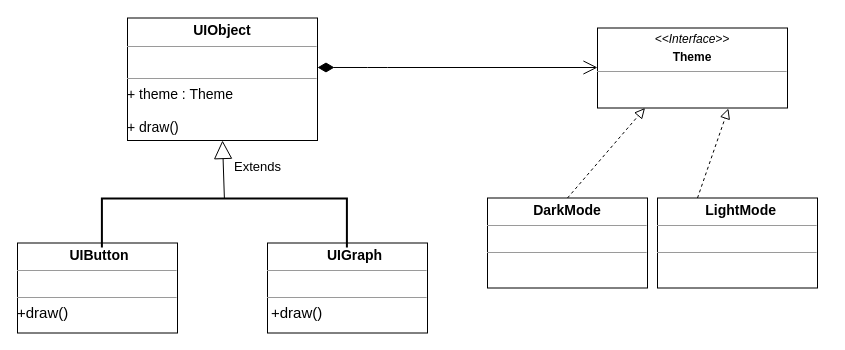
Before: structural/bridge/bridge.drawio in MaksShadows/Patterns, a draw.io diagram. Source tidied: cells renumbered, new cells numbered last; positions are measured from the earlier drawing's top-left corner, leaving out a move shared by most shapes. Both pictures are drawn from the tidied source at 100%, with x=0, y=0 at pixel (17, 18).
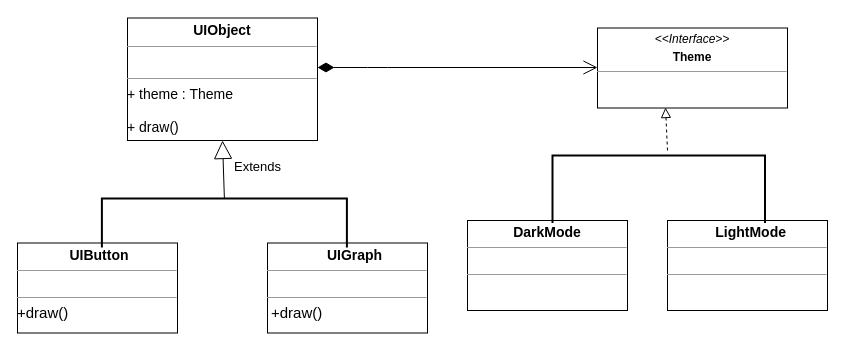
The same page after the edit.

The edit, as a diff of the source:
```diff
@@
 <mxGraphModel>
   <root>
     <mxCell id="0" />
     <mxCell id="1" parent="0" />
     <mxCell id="2" value="&lt;p style=&quot;margin: 0px ; margin-top: 4px ; text-align: center&quot;&gt;&lt;i&gt;&amp;lt;&amp;lt;Interface&amp;gt;&amp;gt;&lt;/i&gt;&lt;br&gt;&lt;/p&gt;&lt;p style=&quot;margin: 0px ; margin-top: 4px ; text-align: center&quot;&gt;&lt;b&gt;Theme&lt;/b&gt;&lt;br&gt;&lt;/p&gt;&lt;hr size=&quot;1&quot;&gt;&lt;p style=&quot;text-align: justify ; margin: 0px 0px 0px 4px&quot;&gt;&lt;font style=&quot;font-size: 14px&quot;&gt;&amp;nbsp;&amp;nbsp;&lt;/font&gt;&lt;/p&gt;" style="verticalAlign=top;align=left;overflow=fill;fontSize=12;fontFamily=Helvetica;html=1;" parent="1" vertex="1">
       <mxGeometry x="580" y="9.5" width="190" height="80" as="geometry" />
     </mxCell>
     <mxCell id="3" value="&lt;p style=&quot;margin: 0px ; margin-top: 4px ; text-align: center&quot;&gt;&lt;span style=&quot;font-size: 14px&quot;&gt;&lt;b&gt;DarkMode&lt;/b&gt;&lt;/span&gt;&lt;br&gt;&lt;/p&gt;&lt;hr size=&quot;1&quot;&gt;&lt;p style=&quot;margin: 0px ; margin-left: 4px&quot;&gt;&lt;br&gt;&lt;/p&gt;&lt;hr size=&quot;1&quot;&gt;&lt;p style=&quot;margin: 0px 0px 0px 4px ; font-size: 14px&quot;&gt;&lt;/p&gt;" style="verticalAlign=top;align=left;overflow=fill;fontSize=12;fontFamily=Helvetica;html=1;" parent="1" vertex="1">
-      <mxGeometry x="470" y="179.5" width="160" height="90" as="geometry" />
+      <mxGeometry x="450" y="202" width="160" height="90" as="geometry" />
     </mxCell>
     <mxCell id="4" value="&lt;p style=&quot;margin: 0px ; margin-top: 4px ; text-align: center&quot;&gt;&lt;b&gt;&amp;nbsp;&lt;/b&gt;&lt;b style=&quot;font-size: 14px&quot;&gt;&amp;nbsp;LightMode&lt;/b&gt;&lt;/p&gt;&lt;hr size=&quot;1&quot;&gt;&lt;p style=&quot;margin: 0px ; margin-left: 4px&quot;&gt;&lt;br&gt;&lt;/p&gt;&lt;hr size=&quot;1&quot;&gt;&lt;p style=&quot;margin: 0px ; margin-left: 4px&quot;&gt;&lt;br&gt;&lt;/p&gt;" style="verticalAlign=top;align=left;overflow=fill;fontSize=12;fontFamily=Helvetica;html=1;" parent="1" vertex="1">
-      <mxGeometry x="640" y="179.5" width="160" height="90" as="geometry" />
+      <mxGeometry x="650" y="202" width="160" height="90" as="geometry" />
     </mxCell>
     <mxCell id="5" value="&lt;p style=&quot;margin: 0px ; margin-top: 4px ; text-align: center&quot;&gt;&lt;span style=&quot;font-size: 14px&quot;&gt;&lt;b&gt;&amp;nbsp; UIButton&amp;nbsp;&lt;/b&gt;&lt;/span&gt;&lt;br&gt;&lt;/p&gt;&lt;hr size=&quot;1&quot;&gt;&lt;p style=&quot;margin: 0px ; margin-left: 4px&quot;&gt;&lt;br&gt;&lt;/p&gt;&lt;hr size=&quot;1&quot;&gt;&lt;font style=&quot;font-size: 15px&quot;&gt;+draw()&lt;/font&gt;&lt;br&gt;&lt;p style=&quot;margin: 0px 0px 0px 4px ; font-size: 14px&quot;&gt;&lt;/p&gt;" style="verticalAlign=top;align=left;overflow=fill;fontSize=12;fontFamily=Helvetica;html=1;" parent="1" vertex="1">
       <mxGeometry y="224.5" width="160" height="90" as="geometry" />
     </mxCell>
     <mxCell id="6" value="&lt;p style=&quot;margin: 0px ; margin-top: 4px ; text-align: center&quot;&gt;&lt;b&gt;&amp;nbsp;&lt;/b&gt;&lt;b style=&quot;font-size: 14px&quot;&gt;&amp;nbsp;&lt;/b&gt;&lt;b style=&quot;font-size: 14px&quot;&gt;&amp;nbsp; UIGraph&lt;/b&gt;&lt;/p&gt;&lt;hr size=&quot;1&quot;&gt;&lt;p style=&quot;margin: 0px ; margin-left: 4px&quot;&gt;&lt;br&gt;&lt;/p&gt;&lt;hr size=&quot;1&quot;&gt;&lt;p style=&quot;margin: 0px ; margin-left: 4px&quot;&gt;&lt;span style=&quot;font-size: 15px&quot;&gt;+draw()&lt;/span&gt;&lt;br&gt;&lt;/p&gt;" style="verticalAlign=top;align=left;overflow=fill;fontSize=12;fontFamily=Helvetica;html=1;" parent="1" vertex="1">
       <mxGeometry x="250" y="224.5" width="160" height="90" as="geometry" />
     </mxCell>
     <mxCell id="7" style="strokeWidth=2;html=1;shape=mxgraph.flowchart.annotation_1;align=left;rotation=90;" parent="1" vertex="1">
       <mxGeometry x="182.5" y="82" width="48.8" height="245" as="geometry" />
     </mxCell>
     <mxCell id="8" value="&lt;font style=&quot;font-size: 13px&quot;&gt;Extends&lt;/font&gt;" style="endArrow=block;endSize=16;endFill=0;html=1;exitX=0;exitY=0.5;exitDx=0;exitDy=0;exitPerimeter=0;entryX=0.5;entryY=1;entryDx=0;entryDy=0;" parent="1" edge="1" source="7" target="9">
       <mxGeometry x="0.06" y="-34" relative="1" as="geometry" />
     </mxCell>
     <mxCell id="9" value="&lt;p style=&quot;margin: 4px 0px 0px ; text-align: center ; font-size: 14px&quot;&gt;&lt;font style=&quot;font-size: 14px&quot;&gt;&lt;b&gt;UIObject&lt;/b&gt;&lt;br&gt;&lt;/font&gt;&lt;/p&gt;&lt;hr size=&quot;1&quot; style=&quot;font-size: 14px&quot;&gt;&lt;p style=&quot;margin: 0px 0px 0px 4px ; font-size: 14px&quot;&gt;&lt;/p&gt;&lt;font style=&quot;font-size: 14px&quot;&gt;&lt;br&gt;&lt;/font&gt;&lt;hr size=&quot;1&quot; style=&quot;font-size: 14px&quot;&gt;&lt;font style=&quot;font-size: 14px&quot;&gt;+ theme : Theme&lt;br&gt;&lt;br&gt;+ draw()&lt;/font&gt;&lt;br&gt;&lt;p style=&quot;margin: 0px 0px 0px 4px ; font-size: 14px&quot;&gt;&lt;/p&gt;" style="verticalAlign=top;align=left;overflow=fill;fontSize=12;fontFamily=Helvetica;html=1;" parent="1" vertex="1">
       <mxGeometry x="110" y="-0.5" width="190" height="122.5" as="geometry" />
     </mxCell>
-    <mxCell id="10" style="endArrow=block;startArrow=none;endFill=0;startFill=0;endSize=8;html=1;verticalAlign=bottom;dashed=1;labelBackgroundColor=none;exitX=0.5;exitY=0;exitDx=0;exitDy=0;entryX=0.25;entryY=1;entryDx=0;entryDy=0;" parent="1" edge="1" source="3" target="2">
-      <mxGeometry relative="1" as="geometry" />
-    </mxCell>
-    <mxCell id="11" style="endArrow=block;startArrow=none;endFill=0;startFill=0;endSize=8;html=1;verticalAlign=bottom;dashed=1;labelBackgroundColor=none;exitX=0.25;exitY=0;exitDx=0;exitDy=0;entryX=0.689;entryY=1.006;entryDx=0;entryDy=0;entryPerimeter=0;" parent="1" edge="1" source="4" target="2">
-      <mxGeometry relative="1" as="geometry" />
+    <mxCell id="11" style="endArrow=block;startArrow=none;endFill=0;startFill=0;endSize=8;html=1;verticalAlign=bottom;dashed=1;labelBackgroundColor=none;entryX=0.358;entryY=0.994;entryDx=0;entryDy=0;entryPerimeter=0;" parent="1" edge="1" target="2">
+      <mxGeometry relative="1" as="geometry">
+        <mxPoint x="650" y="132" as="sourcePoint" />
+      </mxGeometry>
     </mxCell>
     <mxCell id="12" style="endArrow=open;html=1;endSize=12;startArrow=diamondThin;startSize=14;startFill=1;edgeStyle=orthogonalEdgeStyle;align=left;verticalAlign=bottom;exitX=1;exitY=0.404;exitDx=0;exitDy=0;exitPerimeter=0;" parent="1" edge="1" source="9">
       <mxGeometry x="-0.75" y="47" relative="1" as="geometry">
         <mxPoint x="580" y="49" as="targetPoint" />
         <Array as="points">
           <mxPoint x="360" y="49" />
           <mxPoint x="360" y="49" />
         </Array>
       </mxGeometry>
     </mxCell>
+    <mxCell id="13" style="strokeWidth=2;html=1;shape=mxgraph.flowchart.annotation_1;align=left;rotation=90;" parent="1" vertex="1">
+      <mxGeometry x="607.5" y="64.5" width="67.5" height="212.5" as="geometry" />
+    </mxCell>
   </root>
 </mxGraphModel>
```
